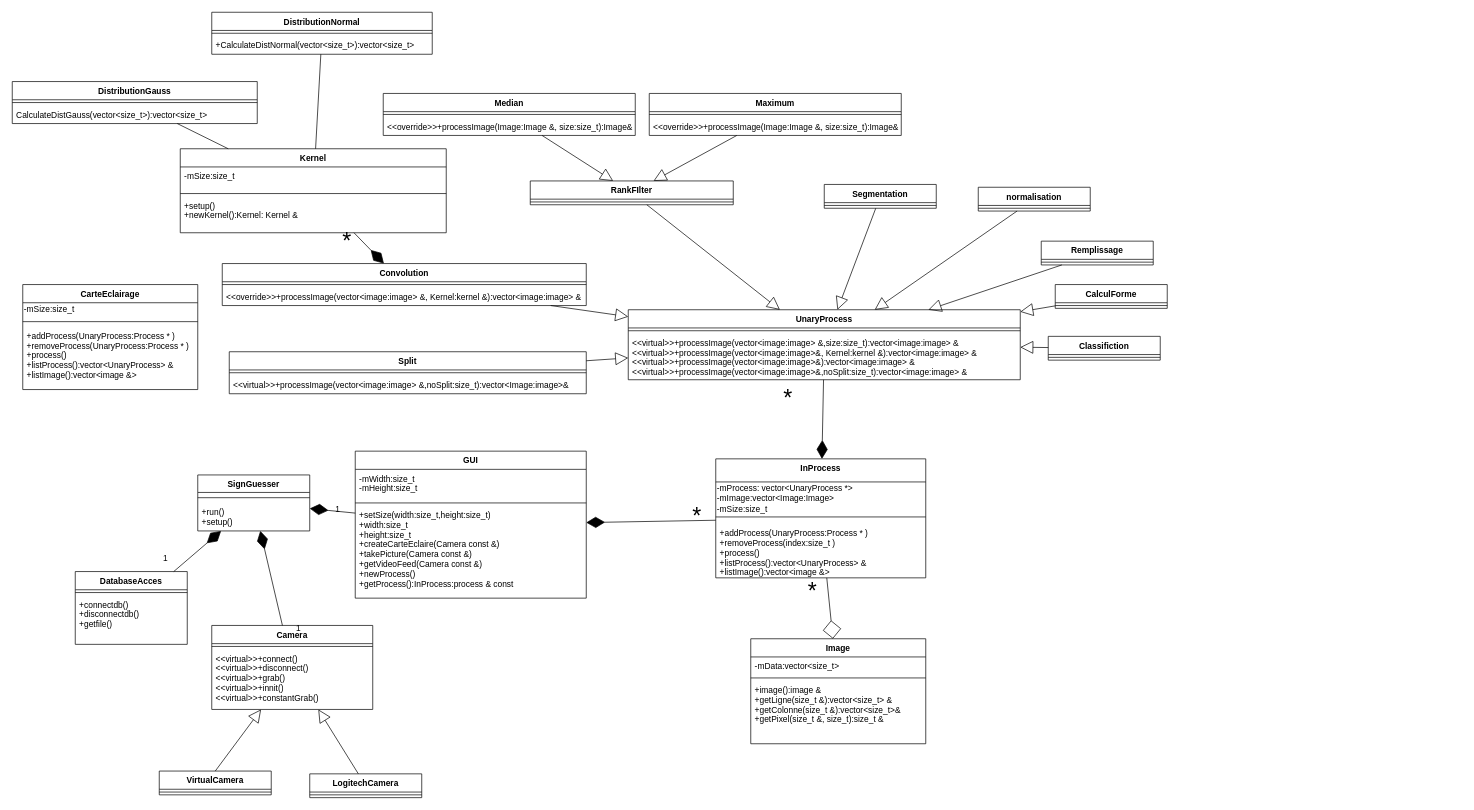
This is class_diagramm.drawio from VincentRochon/B65_Synth, a draw.io file, before an edit. Source tidied: cells renumbered, new cells numbered last; positions are measured from the earlier drawing's top-left corner, leaving out a move shared by most shapes. Both pictures are drawn from the tidied source at 70%, with x=0, y=0 at pixel (12, 12).
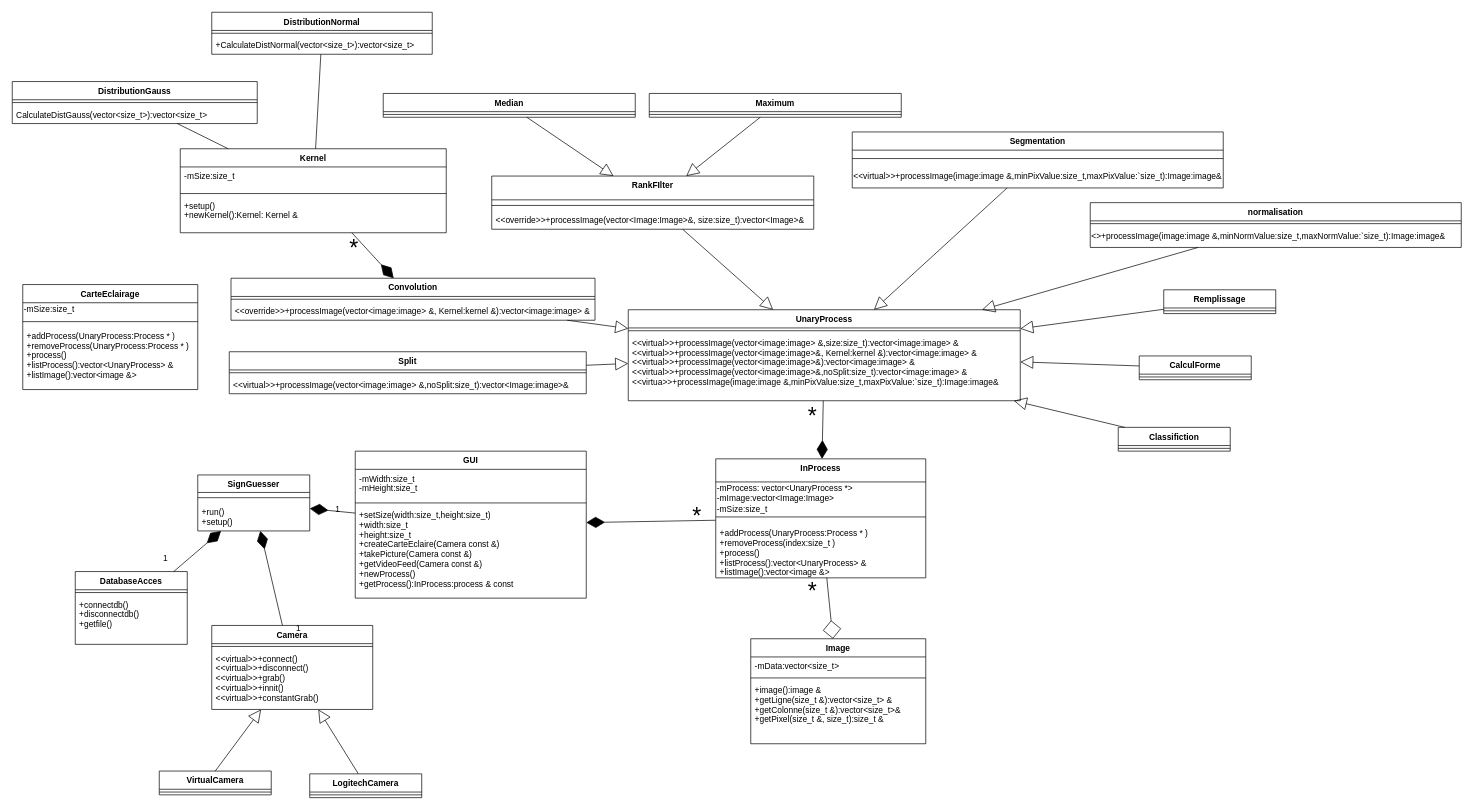
The same page after the edit.

Change to the diagram source:
```diff
@@
     <mxCell id="11" value="UnaryProcess" style="swimlane;fontStyle=1;align=center;verticalAlign=top;horizontal=1;startSize=26;" parent="1" vertex="1">
-      <mxGeometry x="880" y="425" width="560" height="100" as="geometry" />
+      <mxGeometry x="880" y="425" width="560" height="130" as="geometry" />
     </mxCell>
@@
-    <mxCell id="13" value="&lt;&lt;virtual&gt;&gt;+processImage(vector&lt;image:image&gt; &amp;,size:size_t):vector&lt;image:image&gt; &amp;&#10;&lt;&lt;virtual&gt;&gt;+processImage(vector&lt;image:image&gt;&amp;, Kernel:kernel &amp;):vector&lt;image:image&gt; &amp;&#10;&lt;&lt;virtual&gt;&gt;+processImage(vector&lt;image:image&gt;&amp;):vector&lt;image:image&gt; &amp;&#10;&lt;&lt;virtual&gt;&gt;+processImage(vector&lt;image:image&gt;&amp;,noSplit:size_t):vector&lt;image:image&gt; &amp;" style="text;strokeColor=none;fillColor=none;align=left;verticalAlign=top;spacingLeft=4;spacingRight=4;overflow=hidden;" parent="11" vertex="1">
-      <mxGeometry y="34" width="560" height="66" as="geometry" />
+    <mxCell id="13" value="&lt;&lt;virtual&gt;&gt;+processImage(vector&lt;image:image&gt; &amp;,size:size_t):vector&lt;image:image&gt; &amp;&#10;&lt;&lt;virtual&gt;&gt;+processImage(vector&lt;image:image&gt;&amp;, Kernel:kernel &amp;):vector&lt;image:image&gt; &amp;&#10;&lt;&lt;virtual&gt;&gt;+processImage(vector&lt;image:image&gt;&amp;):vector&lt;image:image&gt; &amp;&#10;&lt;&lt;virtual&gt;&gt;+processImage(vector&lt;image:image&gt;&amp;,noSplit:size_t):vector&lt;image:image&gt; &amp;&#10;&lt;&lt;virtua&gt;&gt;+processImage(image:image &amp;,minPixValue:size_t,maxPixValue:`size_t):Image:image&amp;" style="text;strokeColor=none;fillColor=none;align=left;verticalAlign=top;spacingLeft=4;spacingRight=4;overflow=hidden;" parent="11" vertex="1">
+      <mxGeometry y="34" width="560" height="96" as="geometry" />
     </mxCell>
     <mxCell id="14" value="Segmentation" style="swimlane;fontStyle=1;align=center;verticalAlign=top;horizontal=1;startSize=26;" parent="1" vertex="1">
-      <mxGeometry x="1160" y="246" width="160" height="34" as="geometry" />
+      <mxGeometry x="1200" y="171" width="530" height="80" as="geometry" />
     </mxCell>
     <mxCell id="15" style="line;strokeWidth=1;fillColor=none;align=left;verticalAlign=middle;spacingTop=-1;spacingLeft=3;spacingRight=3;labelPosition=right;" parent="14" vertex="1">
-      <mxGeometry y="26" width="160" height="8" as="geometry" />
+      <mxGeometry y="26" width="530" height="24" as="geometry" />
     </mxCell>
+    <mxCell id="96" value="&amp;lt;&amp;lt;virtual&amp;gt;&amp;gt;+processImage(image:image &amp;amp;,minPixValue:size_t,maxPixValue:`size_t):Image:image&amp;amp;" style="text;html=1;" parent="14" vertex="1">
+      <mxGeometry y="50" width="530" height="30" as="geometry" />
+    </mxCell>
@@
     <mxCell id="38" value="*&lt;br style=&quot;font-size: 33px;&quot;&gt;" style="text;html=1;align=left;verticalAlign=top;spacingTop=-4;fontSize=33;" parent="1" vertex="1">
-      <mxGeometry x="1100" y="529" width="20" height="20" as="geometry" />
+      <mxGeometry x="1135" y="555" width="20" height="20" as="geometry" />
     </mxCell>
@@
     <mxCell id="45" value="normalisation" style="swimlane;fontStyle=1;align=center;verticalAlign=top;horizontal=1;startSize=26;" parent="1" vertex="1">
-      <mxGeometry x="1380" y="250" width="160" height="34" as="geometry" />
+      <mxGeometry x="1540" y="272" width="530" height="64" as="geometry" />
     </mxCell>
     <mxCell id="46" style="line;strokeWidth=1;fillColor=none;align=left;verticalAlign=middle;spacingTop=-1;spacingLeft=3;spacingRight=3;labelPosition=right;" parent="45" vertex="1">
-      <mxGeometry y="26" width="160" height="8" as="geometry" />
+      <mxGeometry y="26" width="530" height="8" as="geometry" />
     </mxCell>
+    <mxCell id="97" value="&amp;lt;&amp;gt;+processImage(image:image &amp;amp;,minNormValue:size_t,maxNormValue:`size_t):Image:image&amp;amp;" style="text;html=1;" parent="45" vertex="1">
+      <mxGeometry y="34" width="530" height="30" as="geometry" />
+    </mxCell>
@@
     <mxCell id="62" value="Remplissage" style="swimlane;fontStyle=1;align=center;verticalAlign=top;horizontal=1;startSize=26;" parent="1" vertex="1">
-      <mxGeometry x="1470" y="327" width="160" height="34" as="geometry" />
+      <mxGeometry x="1645" y="396.5" width="160" height="34" as="geometry" />
     </mxCell>
@@
     <mxCell id="65" value="CalculForme" style="swimlane;fontStyle=1;align=center;verticalAlign=top;horizontal=1;startSize=26;" parent="1" vertex="1">
-      <mxGeometry x="1490" y="389" width="160" height="34" as="geometry" />
+      <mxGeometry x="1610" y="491" width="160" height="34" as="geometry" />
     </mxCell>
@@
     <mxCell id="67" value="Classifiction" style="swimlane;fontStyle=1;align=center;verticalAlign=top;horizontal=1;startSize=26;" parent="1" vertex="1">
-      <mxGeometry x="1480" y="463" width="160" height="34" as="geometry" />
+      <mxGeometry x="1580" y="593" width="160" height="34" as="geometry" />
     </mxCell>
@@
     <mxCell id="71" value="Convolution" style="swimlane;fontStyle=1;align=center;verticalAlign=top;horizontal=1;startSize=26;" parent="1" vertex="1">
-      <mxGeometry x="300" y="359" width="520" height="60" as="geometry" />
+      <mxGeometry x="312.5" y="380" width="520" height="60" as="geometry" />
     </mxCell>
@@
     <mxCell id="74" value="*&lt;br style=&quot;font-size: 33px;&quot;&gt;" style="text;html=1;align=left;verticalAlign=top;spacingTop=-4;fontSize=33;direction=south;" parent="1" vertex="1">
-      <mxGeometry x="470" y="304" width="20" height="20" as="geometry" />
+      <mxGeometry x="480" y="315" width="20" height="20" as="geometry" />
     </mxCell>
@@
-    <mxCell id="76" value="RankFIlter" style="swimlane;fontStyle=1;align=center;verticalAlign=top;horizontal=1;startSize=26;" parent="1" vertex="1">
-      <mxGeometry x="740" y="241" width="290" height="34" as="geometry" />
+    <mxCell id="76" value="RankFIlter" style="swimlane;fontStyle=1;align=center;verticalAlign=top;horizontal=1;startSize=34;" parent="1" vertex="1">
+      <mxGeometry x="685" y="234" width="460" height="76" as="geometry" />
     </mxCell>
     <mxCell id="77" style="line;strokeWidth=1;fillColor=none;align=left;verticalAlign=middle;spacingTop=-1;spacingLeft=3;spacingRight=3;labelPosition=right;" parent="76" vertex="1">
-      <mxGeometry y="26" width="290" height="8" as="geometry" />
+      <mxGeometry y="34" width="460" height="16" as="geometry" />
     </mxCell>
+    <mxCell id="83" value="&lt;&lt;override&gt;&gt;+processImage(vector&lt;Image:Image&gt;&amp;, size:size_t):vector&lt;Image&gt;&amp;" style="text;strokeColor=none;fillColor=none;align=left;verticalAlign=top;spacingLeft=4;spacingRight=4;overflow=hidden;" parent="76" vertex="1">
+      <mxGeometry y="50" width="460" height="26" as="geometry" />
+    </mxCell>
     <mxCell id="78" value="Maximum" style="swimlane;fontStyle=1;align=center;verticalAlign=top;horizontal=1;startSize=26;" parent="1" vertex="1">
-      <mxGeometry x="910" y="116" width="360" height="60" as="geometry" />
+      <mxGeometry x="910" y="116" width="360" height="34" as="geometry" />
     </mxCell>
@@
-    <mxCell id="80" value="&lt;&lt;override&gt;&gt;+processImage(Image:Image &amp;, size:size_t):Image&amp;" style="text;strokeColor=none;fillColor=none;align=left;verticalAlign=top;spacingLeft=4;spacingRight=4;overflow=hidden;" parent="78" vertex="1">
-      <mxGeometry y="34" width="360" height="26" as="geometry" />
-    </mxCell>
     <mxCell id="81" value="Median" style="swimlane;fontStyle=1;align=center;verticalAlign=top;horizontal=1;startSize=26;" parent="1" vertex="1">
-      <mxGeometry x="530" y="116" width="360" height="60" as="geometry" />
+      <mxGeometry x="530" y="116" width="360" height="34" as="geometry" />
     </mxCell>
@@
-    <mxCell id="83" value="&lt;&lt;override&gt;&gt;+processImage(Image:Image &amp;, size:size_t):Image&amp;" style="text;strokeColor=none;fillColor=none;align=left;verticalAlign=top;spacingLeft=4;spacingRight=4;overflow=hidden;" parent="81" vertex="1">
-      <mxGeometry y="34" width="360" height="26" as="geometry" />
-    </mxCell>
```
